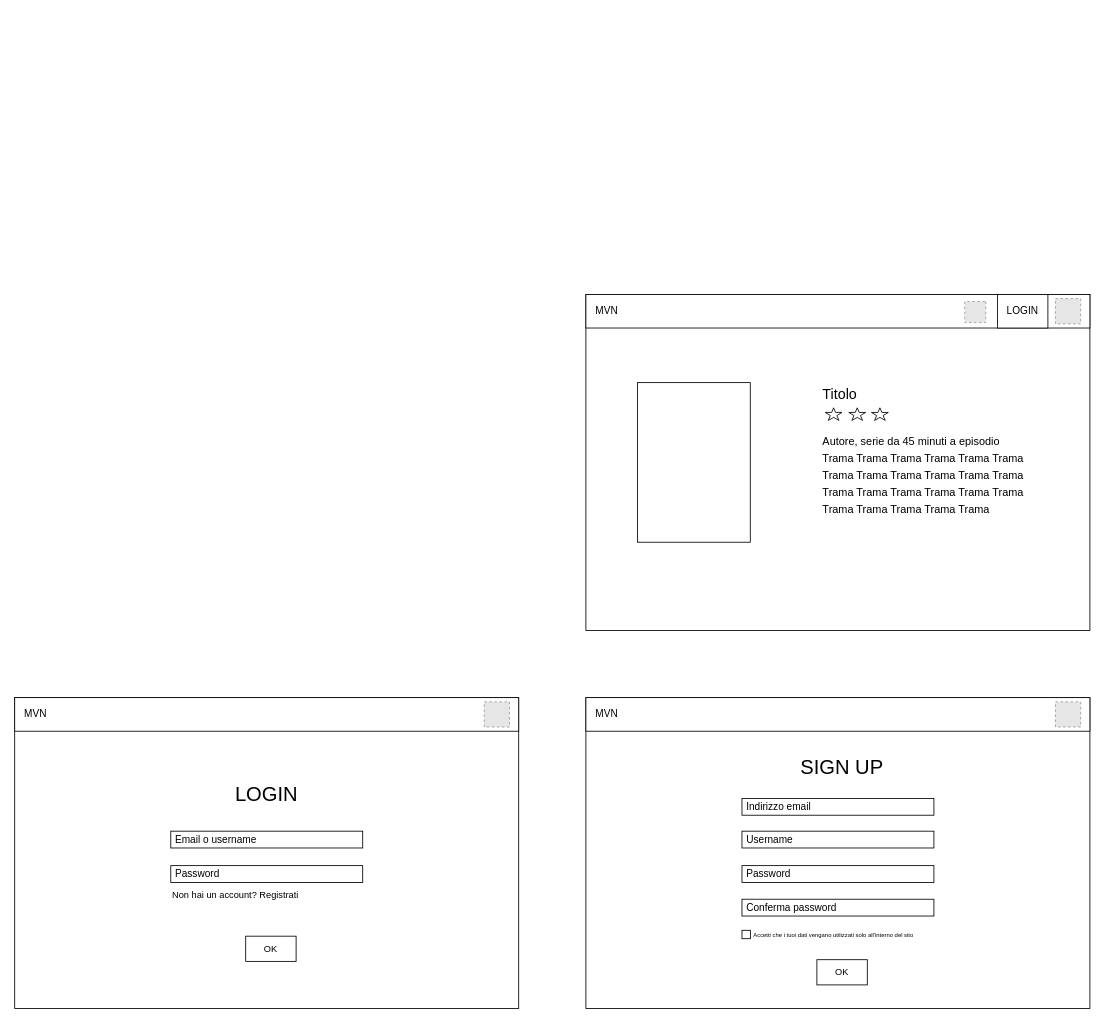
Before: FrontendSection1.drawio in Organizzazione-IngSoftware/D1Mockup, a draw.io diagram. Source tidied: cells renumbered, new cells numbered last; positions are measured from the earlier drawing's top-left corner, leaving out a move shared by most shapes. Both pictures are drawn from the tidied source at 84%, with x=0, y=0 at pixel (14, 294). Pictures stored in the file or linked from it are replaced by grey dashed boxes.
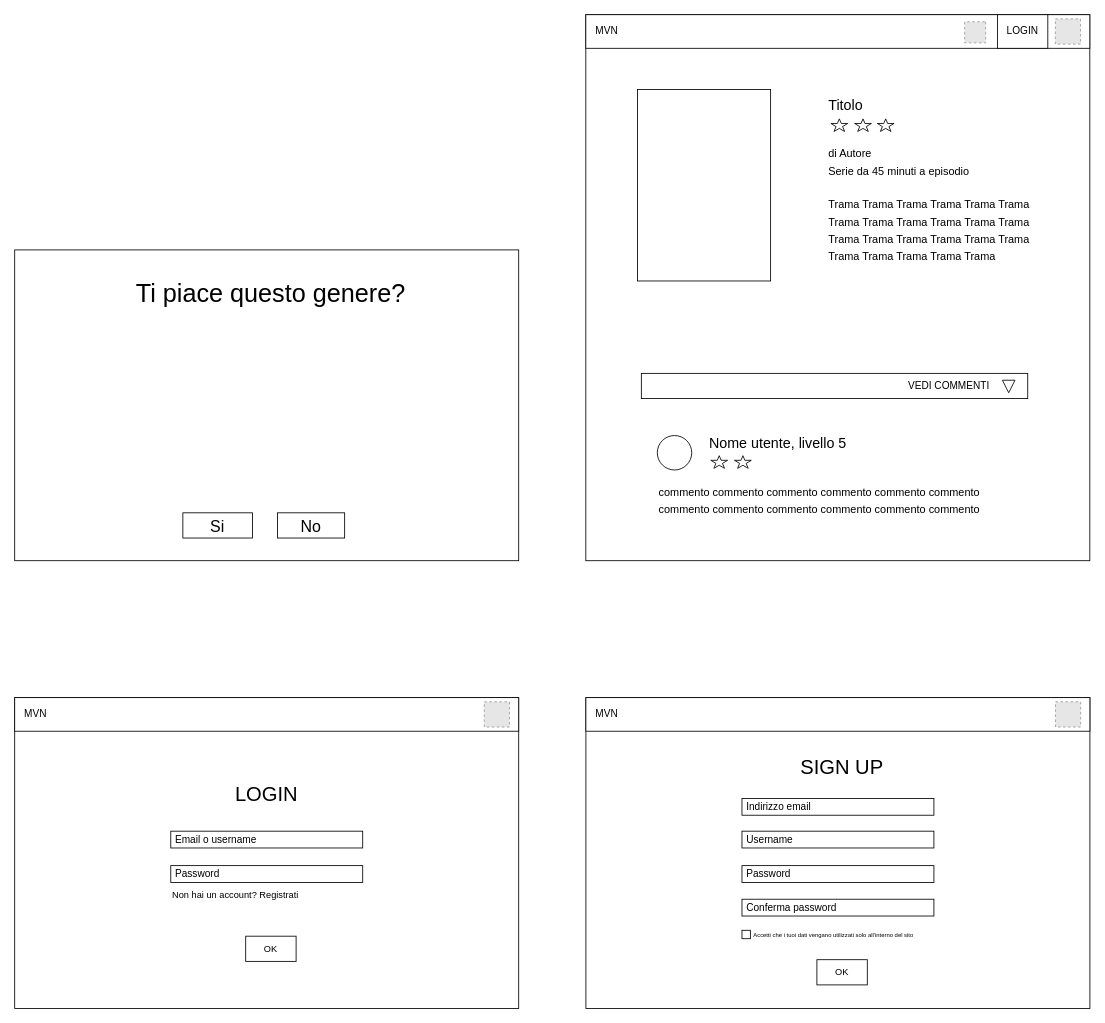
After the change.

Commit message:
Venerdì 30 settembre

Diff of the diagram source:
```diff
@@
     <mxCell id="23" style="rounded=0;whiteSpace=wrap;html=1;" parent="1" vertex="1">
-      <mxGeometry x="680" width="600" height="400" as="geometry" />
+      <mxGeometry x="679.9" y="-333" width="600" height="650" as="geometry" />
     </mxCell>
     <mxCell id="24" style="rounded=0;whiteSpace=wrap;html=1;" parent="1" vertex="1">
-      <mxGeometry x="680" width="600" height="40" as="geometry" />
+      <mxGeometry x="679.9" y="-333" width="600" height="40" as="geometry" />
     </mxCell>
     <mxCell id="25" style="fillColor=#E6E6E6;strokeColor=#999999;dashed=1;verticalLabelPosition=bottom;labelBackgroundColor=default;verticalAlign=top;" parent="1" vertex="1">
-      <mxGeometry x="1239" y="5" width="30" height="30" as="geometry" />
+      <mxGeometry x="1238.9" y="-328" width="30" height="30" as="geometry" />
     </mxCell>
     <mxCell id="26" style="rounded=0;whiteSpace=wrap;html=1;" parent="1" vertex="1">
-      <mxGeometry x="1170" width="60" height="40" as="geometry" />
+      <mxGeometry x="1169.9" y="-333" width="60" height="40" as="geometry" />
     </mxCell>
     <mxCell id="27" value="LOGIN" style="text;html=1;strokeColor=none;fillColor=none;align=center;verticalAlign=middle;whiteSpace=wrap;rounded=0;" parent="1" vertex="1">
-      <mxGeometry x="1170" y="5" width="60" height="30" as="geometry" />
+      <mxGeometry x="1169.9" y="-328" width="60" height="30" as="geometry" />
     </mxCell>
     <mxCell id="28" value="MVN" style="text;html=1;strokeColor=none;fillColor=none;align=center;verticalAlign=middle;whiteSpace=wrap;rounded=0;" parent="1" vertex="1">
-      <mxGeometry x="680" y="5" width="50" height="30" as="geometry" />
+      <mxGeometry x="679.9" y="-328" width="50" height="30" as="geometry" />
     </mxCell>
     <mxCell id="29" style="fillColor=#E6E6E6;strokeColor=#999999;dashed=1;verticalLabelPosition=bottom;labelBackgroundColor=default;verticalAlign=top;rotation=90;" parent="1" vertex="1">
-      <mxGeometry x="1131" y="8.5" width="25" height="25" as="geometry" />
+      <mxGeometry x="1130.9" y="-324.5" width="25" height="25" as="geometry" />
     </mxCell>
     <mxCell id="30" style="rounded=0;whiteSpace=wrap;html=1;fontSize=7;" parent="1" vertex="1">
-      <mxGeometry x="741.5" y="105" width="134.2" height="190" as="geometry" />
+      <mxGeometry x="741.4" y="-244" width="158.5" height="228" as="geometry" />
     </mxCell>
     <mxCell id="31" value="&lt;span style=&quot;font-size: 17px;&quot;&gt;Titolo&lt;/span&gt;" style="text;html=1;strokeColor=none;fillColor=none;align=left;verticalAlign=middle;whiteSpace=wrap;rounded=0;fontSize=7;" parent="1" vertex="1">
-      <mxGeometry x="960" y="105" width="240" height="30" as="geometry" />
+      <mxGeometry x="966.9" y="-239" width="240" height="30" as="geometry" />
     </mxCell>
     <mxCell id="32" style="verticalLabelPosition=bottom;verticalAlign=top;html=1;shape=mxgraph.basic.star;fontSize=17;" parent="1" vertex="1">
-      <mxGeometry x="964.9" y="135" width="20" height="15" as="geometry" />
+      <mxGeometry x="971.7" y="-209" width="20" height="15" as="geometry" />
     </mxCell>
     <mxCell id="33" style="verticalLabelPosition=bottom;verticalAlign=top;html=1;shape=mxgraph.basic.star;fontSize=17;" parent="1" vertex="1">
-      <mxGeometry x="993" y="135" width="20" height="15" as="geometry" />
+      <mxGeometry x="999.9" y="-209" width="20" height="15" as="geometry" />
     </mxCell>
     <mxCell id="34" style="verticalLabelPosition=bottom;verticalAlign=top;html=1;shape=mxgraph.basic.star;fontSize=17;" parent="1" vertex="1">
-      <mxGeometry x="1020" y="135" width="20" height="15" as="geometry" />
+      <mxGeometry x="1026.9" y="-209" width="20" height="15" as="geometry" />
     </mxCell>
-    <mxCell id="35" value="&lt;font style=&quot;font-size: 13px;&quot;&gt;Autore, serie da 45 minuti a episodio&lt;br&gt;Trama Trama Trama Trama Trama Trama Trama Trama Trama Trama Trama Trama Trama Trama Trama Trama Trama Trama Trama Trama Trama Trama Trama&lt;br&gt;&lt;/font&gt;" style="text;html=1;strokeColor=none;fillColor=none;align=left;verticalAlign=middle;whiteSpace=wrap;rounded=0;fontSize=17;" parent="1" vertex="1">
-      <mxGeometry x="960" y="168" width="250" height="94" as="geometry" />
+    <mxCell id="35" value="&lt;font style=&quot;font-size: 13px;&quot;&gt;di Autore&lt;br&gt;Serie da 45 minuti a episodio&lt;br&gt;&lt;br&gt;Trama Trama Trama Trama Trama Trama Trama Trama Trama Trama Trama Trama Trama Trama Trama Trama Trama Trama Trama Trama Trama Trama Trama&lt;br&gt;&lt;/font&gt;" style="text;html=1;strokeColor=none;fillColor=none;align=left;verticalAlign=middle;whiteSpace=wrap;rounded=0;fontSize=17;" parent="1" vertex="1">
+      <mxGeometry x="966.9" y="-176" width="250" height="138" as="geometry" />
     </mxCell>
+    <mxCell id="36" value="VEDI COMMENTI&amp;nbsp; &amp;nbsp; &amp;nbsp; &amp;nbsp; &amp;nbsp; &amp;nbsp; &amp;nbsp;" style="rounded=0;whiteSpace=wrap;html=1;align=right;" parent="1" vertex="1">
+      <mxGeometry x="746" y="94" width="460" height="30" as="geometry" />
+    </mxCell>
+    <mxCell id="37" style="triangle;whiteSpace=wrap;html=1;rotation=90;" parent="1" vertex="1">
+      <mxGeometry x="1175.9" y="102.1" width="14.9" height="15" as="geometry" />
+    </mxCell>
+    <mxCell id="38" style="ellipse;whiteSpace=wrap;html=1;fontSize=30;" parent="1" vertex="1">
+      <mxGeometry x="765" y="168" width="41" height="41" as="geometry" />
+    </mxCell>
+    <mxCell id="39" value="&lt;span style=&quot;font-size: 17px;&quot;&gt;Nome utente, livello 5&lt;/span&gt;" style="text;html=1;strokeColor=none;fillColor=none;align=left;verticalAlign=middle;whiteSpace=wrap;rounded=0;fontSize=7;" parent="1" vertex="1">
+      <mxGeometry x="825" y="163" width="240" height="30" as="geometry" />
+    </mxCell>
+    <mxCell id="40" value="&lt;font style=&quot;font-size: 13px;&quot;&gt;commento commento commento commento commento commento commento commento commento commento commento commento&lt;br&gt;&lt;/font&gt;" style="text;html=1;strokeColor=none;fillColor=none;align=left;verticalAlign=middle;whiteSpace=wrap;rounded=0;fontSize=17;" parent="1" vertex="1">
+      <mxGeometry x="765" y="220" width="390" height="50" as="geometry" />
+    </mxCell>
+    <mxCell id="41" style="verticalLabelPosition=bottom;verticalAlign=top;html=1;shape=mxgraph.basic.star;fontSize=17;" parent="1" vertex="1">
+      <mxGeometry x="828.7" y="192" width="20" height="15" as="geometry" />
+    </mxCell>
+    <mxCell id="42" style="verticalLabelPosition=bottom;verticalAlign=top;html=1;shape=mxgraph.basic.star;fontSize=17;" parent="1" vertex="1">
+      <mxGeometry x="856.9" y="192" width="20" height="15" as="geometry" />
+    </mxCell>
+    <mxCell id="43" style="rounded=0;whiteSpace=wrap;html=1;" parent="1" vertex="1">
+      <mxGeometry y="-53" width="600" height="370" as="geometry" />
+    </mxCell>
+    <mxCell id="44" value="&lt;font style=&quot;font-size: 19px; line-height: 2;&quot;&gt;Si&lt;/font&gt;" style="rounded=0;whiteSpace=wrap;html=1;fontSize=30;" parent="1" vertex="1">
+      <mxGeometry x="200.2" y="260" width="82.8" height="30" as="geometry" />
+    </mxCell>
+    <mxCell id="45" value="&lt;font style=&quot;font-size: 19px; line-height: 2;&quot;&gt;No&lt;/font&gt;" style="rounded=0;whiteSpace=wrap;html=1;fontSize=30;" parent="1" vertex="1">
+      <mxGeometry x="312.8" y="260" width="80" height="30" as="geometry" />
+    </mxCell>
+    <mxCell id="46" value="&lt;div style=&quot;&quot;&gt;&lt;span style=&quot;background-color: initial;&quot;&gt;Ti piace questo genere?&lt;/span&gt;&lt;/div&gt;" style="text;html=1;strokeColor=none;fillColor=none;align=center;verticalAlign=middle;whiteSpace=wrap;rounded=0;fontSize=30;" parent="1" vertex="1">
+      <mxGeometry x="125" y="-16" width="360" height="30" as="geometry" />
+    </mxCell>
```
